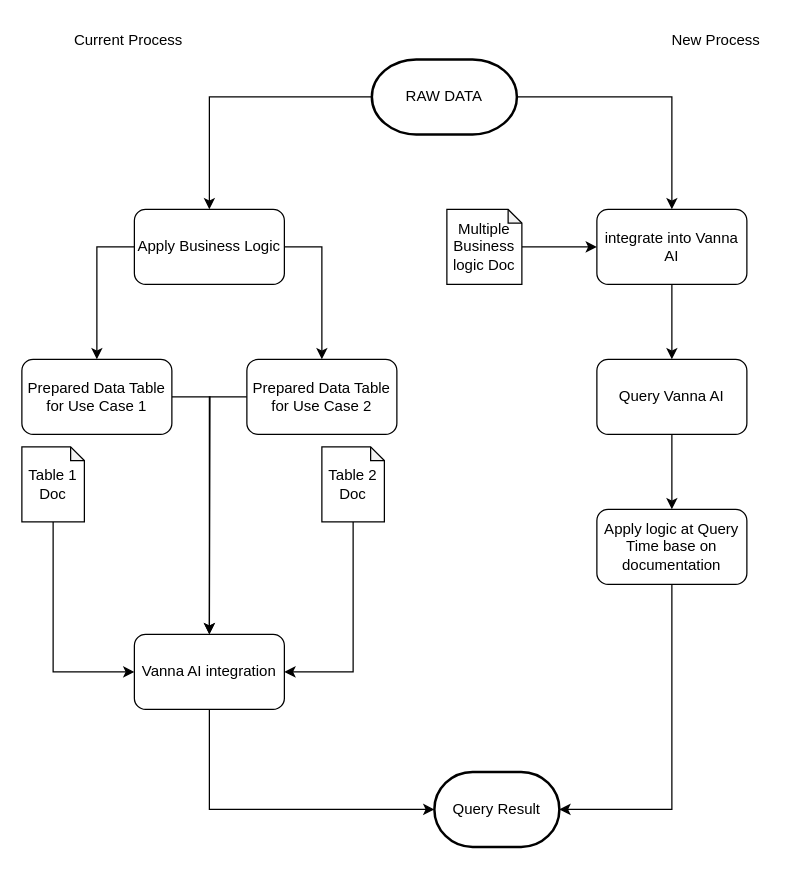
The draw.io diagram Untitled Diagram.drawio in SahilMudaliar/final_assignment, before the edit. Source tidied: cells renumbered, new cells numbered last; positions are measured from the earlier drawing's top-left corner, leaving out a move shared by most shapes. Both pictures are drawn from the tidied source at 125%, with x=0, y=0 at pixel (21, 21).
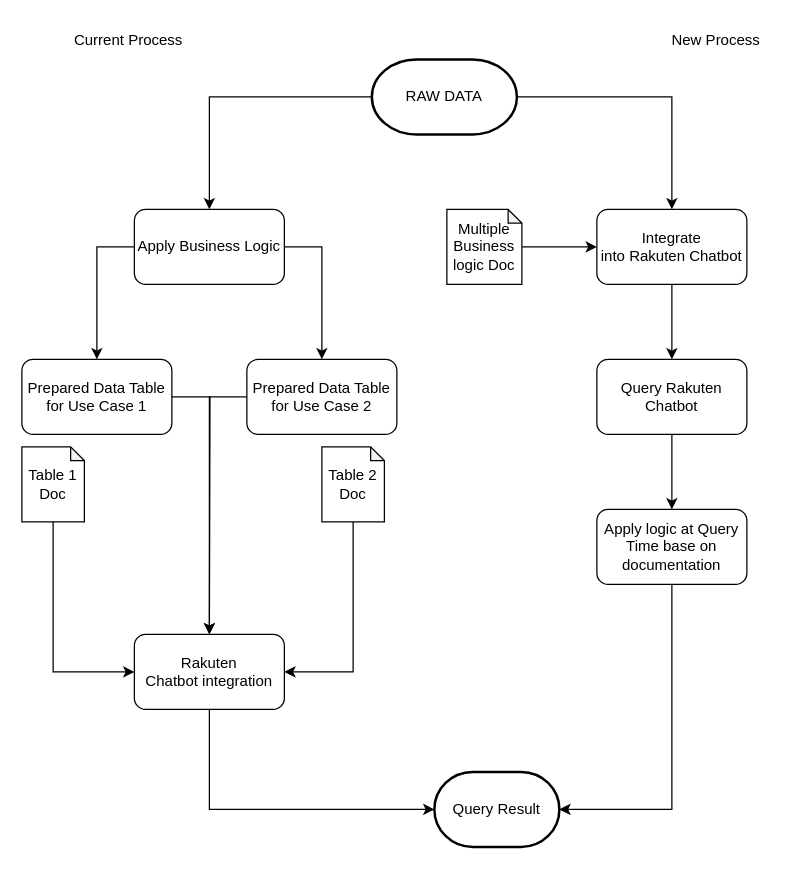
After the change.

The edit, as a diff of the source:
```diff
@@
-    <mxCell id="11" value="integrate into Vanna AI" style="rounded=1;whiteSpace=wrap;html=1;" parent="1" vertex="1">
+    <mxCell id="11" value="Integrate into&amp;nbsp;&lt;span style=&quot;background-color: initial;&quot;&gt;Rakuten Chatbot&lt;/span&gt;" style="rounded=1;whiteSpace=wrap;html=1;" parent="1" vertex="1">
       <mxGeometry x="460" y="150" width="120" height="60" as="geometry" />
     </mxCell>
@@
-    <mxCell id="17" value="Query Vanna AI" style="rounded=1;whiteSpace=wrap;html=1;" parent="1" vertex="1">
+    <mxCell id="17" value="Query&amp;nbsp;&lt;span style=&quot;background-color: initial;&quot;&gt;Rakuten Chatbot&lt;/span&gt;" style="rounded=1;whiteSpace=wrap;html=1;" parent="1" vertex="1">
       <mxGeometry x="460" y="270" width="120" height="60" as="geometry" />
     </mxCell>
-    <mxCell id="18" value="Vanna AI integration" style="rounded=1;whiteSpace=wrap;html=1;" parent="1" vertex="1">
+    <mxCell id="18" value="&lt;span style=&quot;background-color: initial;&quot;&gt;Rakuten Chatbot&lt;/span&gt;&amp;nbsp;integration" style="rounded=1;whiteSpace=wrap;html=1;" parent="1" vertex="1">
       <mxGeometry x="90" y="490" width="120" height="60" as="geometry" />
     </mxCell>
```
